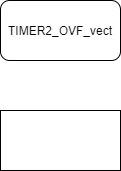
unaxlasa/Digital-electronics-2 keeps this draw.io diagram as Lab/06-lcd/Flowchart6.drawio.png. Above is the earlier version. Source tidied: cells renumbered, new cells last; positions are measured from the earlier drawing's top-left corner, leaving out a move shared by most shapes. Its diagram source:
```xml
<mxGraphModel>
  <root>
    <mxCell id="0" />
    <mxCell id="1" parent="0" />
    <mxCell id="2" value="TIMER2_OVF_vect" style="rounded=1;whiteSpace=wrap;html=1;" parent="1" vertex="1">
      <mxGeometry width="120" height="60" as="geometry" />
    </mxCell>
    <mxCell id="3" style="rounded=0;whiteSpace=wrap;html=1;" parent="1" vertex="1">
      <mxGeometry y="110" width="120" height="60" as="geometry" />
    </mxCell>
  </root>
</mxGraphModel>
```
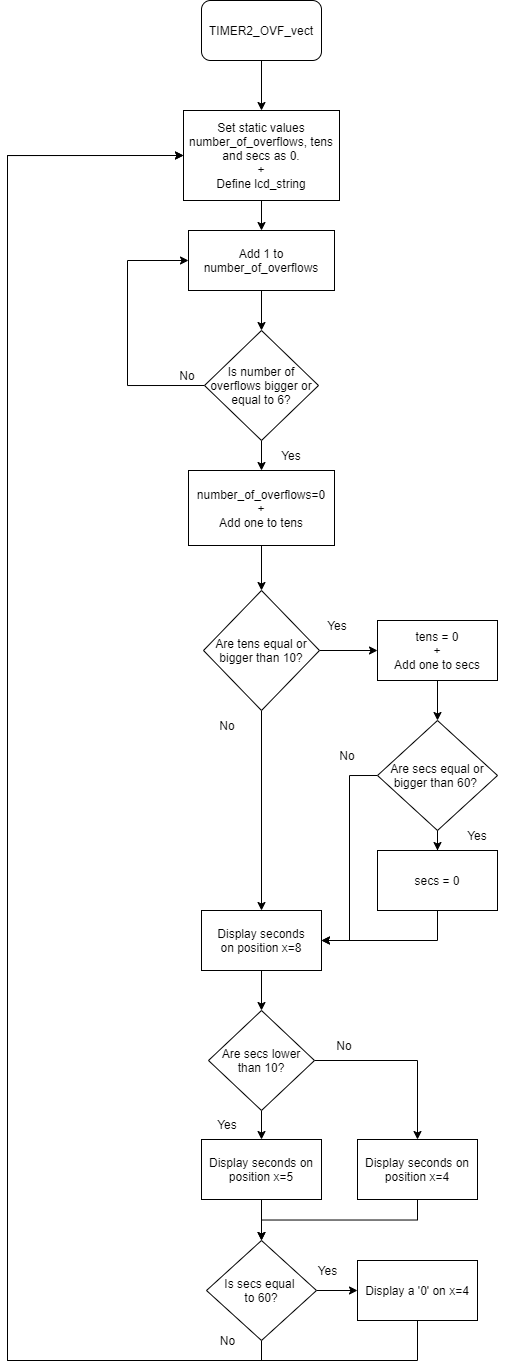
After the commit.

What changed in the source:
```diff
@@ -2,11 +2,157 @@
   <root>
     <mxCell id="0" />
     <mxCell id="1" parent="0" />
+    <mxCell id="4" style="edgeStyle=orthogonalEdgeStyle;rounded=0;jettySize=auto;html=1;" parent="1" edge="1" source="2" target="3">
+      <mxGeometry relative="1" as="geometry" />
+    </mxCell>
     <mxCell id="2" value="TIMER2_OVF_vect" style="rounded=1;whiteSpace=wrap;html=1;" parent="1" vertex="1">
       <mxGeometry width="120" height="60" as="geometry" />
     </mxCell>
+    <mxCell id="5" style="edgeStyle=orthogonalEdgeStyle;rounded=0;jettySize=auto;html=1;" parent="1" edge="1" source="3" target="7">
+      <mxGeometry relative="1" as="geometry" />
+    </mxCell>
-    <mxCell id="3" style="rounded=0;whiteSpace=wrap;html=1;" parent="1" vertex="1">
-      <mxGeometry y="110" width="120" height="60" as="geometry" />
+    <mxCell id="3" value="Set static values number_of_overflows, tens and secs as 0.&lt;br&gt;+&lt;br&gt;Define lcd_string" style="rounded=0;whiteSpace=wrap;html=1;" parent="1" vertex="1">
+      <mxGeometry x="-18" y="110" width="156" height="90" as="geometry" />
     </mxCell>
+    <mxCell id="6" style="edgeStyle=orthogonalEdgeStyle;rounded=0;jettySize=auto;html=1;" parent="1" edge="1" source="7" target="10">
+      <mxGeometry relative="1" as="geometry" />
+    </mxCell>
+    <mxCell id="7" value="Add 1 to number_of_overflows" style="rounded=0;whiteSpace=wrap;html=1;" parent="1" vertex="1">
+      <mxGeometry x="-13" y="230" width="146" height="60" as="geometry" />
+    </mxCell>
+    <mxCell id="8" style="edgeStyle=orthogonalEdgeStyle;rounded=0;jettySize=auto;html=1;exitX=0;exitY=0.5;exitDx=0;exitDy=0;entryX=0;entryY=0.5;entryDx=0;entryDy=0;" parent="1" edge="1" source="10" target="7">
+      <mxGeometry relative="1" as="geometry">
+        <Array as="points">
+          <mxPoint x="-74" y="385" />
+          <mxPoint x="-74" y="260" />
+        </Array>
+      </mxGeometry>
+    </mxCell>
+    <mxCell id="9" style="edgeStyle=orthogonalEdgeStyle;rounded=0;jettySize=auto;html=1;" parent="1" edge="1" source="10" target="13">
+      <mxGeometry relative="1" as="geometry" />
+    </mxCell>
+    <mxCell id="10" value="Is number of overflows bigger or equal to 6?" style="rhombus;whiteSpace=wrap;html=1;" parent="1" vertex="1">
+      <mxGeometry x="3" y="330" width="114" height="110" as="geometry" />
+    </mxCell>
+    <mxCell id="11" value="No" style="text;html=1;strokeColor=none;fillColor=none;align=center;verticalAlign=middle;whiteSpace=wrap;rounded=0;" parent="1" vertex="1">
+      <mxGeometry x="-44" y="360" width="60" height="30" as="geometry" />
+    </mxCell>
+    <mxCell id="12" style="edgeStyle=orthogonalEdgeStyle;rounded=0;jettySize=auto;html=1;" parent="1" edge="1" source="13" target="17">
+      <mxGeometry relative="1" as="geometry" />
+    </mxCell>
+    <mxCell id="13" value="number_of_overflows=0&lt;br&gt;+&lt;br&gt;Add one to tens" style="rounded=0;whiteSpace=wrap;html=1;" parent="1" vertex="1">
+      <mxGeometry x="-13" y="470" width="146" height="75" as="geometry" />
+    </mxCell>
+    <mxCell id="14" value="Yes" style="text;html=1;strokeColor=none;fillColor=none;align=center;verticalAlign=middle;whiteSpace=wrap;rounded=0;" parent="1" vertex="1">
+      <mxGeometry x="60" y="440" width="60" height="30" as="geometry" />
+    </mxCell>
+    <mxCell id="15" style="edgeStyle=orthogonalEdgeStyle;rounded=0;jettySize=auto;html=1;" parent="1" edge="1" source="17" target="19">
+      <mxGeometry relative="1" as="geometry" />
+    </mxCell>
+    <mxCell id="16" style="edgeStyle=orthogonalEdgeStyle;rounded=0;jettySize=auto;html=1;" parent="1" edge="1" source="17" target="21">
+      <mxGeometry relative="1" as="geometry" />
+    </mxCell>
+    <mxCell id="17" value="Are tens equal or bigger than 10?" style="rhombus;whiteSpace=wrap;html=1;" parent="1" vertex="1">
+      <mxGeometry x="2" y="590" width="116" height="120" as="geometry" />
+    </mxCell>
+    <mxCell id="18" style="edgeStyle=orthogonalEdgeStyle;rounded=0;jettySize=auto;html=1;" parent="1" edge="1" source="19" target="26">
+      <mxGeometry relative="1" as="geometry" />
+    </mxCell>
+    <mxCell id="19" value="tens = 0&lt;br&gt;+&lt;br&gt;Add one to secs" style="rounded=0;whiteSpace=wrap;html=1;" parent="1" vertex="1">
+      <mxGeometry x="176" y="620" width="120" height="60" as="geometry" />
+    </mxCell>
+    <mxCell id="20" style="edgeStyle=orthogonalEdgeStyle;rounded=0;jettySize=auto;html=1;" parent="1" edge="1" source="21" target="33">
+      <mxGeometry relative="1" as="geometry" />
+    </mxCell>
+    <mxCell id="21" value="Display seconds&lt;br&gt;on position x=8" style="rounded=0;whiteSpace=wrap;html=1;" parent="1" vertex="1">
+      <mxGeometry y="910" width="120" height="60" as="geometry" />
+    </mxCell>
+    <mxCell id="22" value="Yes" style="text;html=1;strokeColor=none;fillColor=none;align=center;verticalAlign=middle;whiteSpace=wrap;rounded=0;" parent="1" vertex="1">
+      <mxGeometry x="106" y="610" width="60" height="30" as="geometry" />
+    </mxCell>
+    <mxCell id="23" value="No" style="text;html=1;strokeColor=none;fillColor=none;align=center;verticalAlign=middle;whiteSpace=wrap;rounded=0;" parent="1" vertex="1">
+      <mxGeometry x="-4" y="710" width="60" height="30" as="geometry" />
+    </mxCell>
+    <mxCell id="24" style="edgeStyle=orthogonalEdgeStyle;rounded=0;jettySize=auto;html=1;exitX=0;exitY=0.5;exitDx=0;exitDy=0;entryX=1;entryY=0.5;entryDx=0;entryDy=0;" parent="1" edge="1" source="26" target="21">
+      <mxGeometry relative="1" as="geometry" />
+    </mxCell>
+    <mxCell id="25" style="edgeStyle=orthogonalEdgeStyle;rounded=0;jettySize=auto;html=1;" parent="1" edge="1" source="26" target="29">
+      <mxGeometry relative="1" as="geometry" />
+    </mxCell>
+    <mxCell id="26" value="Are secs equal or bigger than 60?&amp;nbsp;" style="rhombus;whiteSpace=wrap;html=1;" parent="1" vertex="1">
+      <mxGeometry x="176" y="720" width="120" height="110" as="geometry" />
+    </mxCell>
+    <mxCell id="27" value="No" style="text;html=1;strokeColor=none;fillColor=none;align=center;verticalAlign=middle;whiteSpace=wrap;rounded=0;" parent="1" vertex="1">
+      <mxGeometry x="116" y="740" width="60" height="30" as="geometry" />
+    </mxCell>
+    <mxCell id="28" style="edgeStyle=orthogonalEdgeStyle;rounded=0;jettySize=auto;html=1;exitX=0.5;exitY=1;exitDx=0;exitDy=0;entryX=1;entryY=0.5;entryDx=0;entryDy=0;" parent="1" edge="1" source="29" target="21">
+      <mxGeometry relative="1" as="geometry" />
+    </mxCell>
+    <mxCell id="29" value="secs = 0" style="rounded=0;whiteSpace=wrap;html=1;" parent="1" vertex="1">
+      <mxGeometry x="176" y="850" width="120" height="60" as="geometry" />
+    </mxCell>
+    <mxCell id="30" value="Yes" style="text;html=1;strokeColor=none;fillColor=none;align=center;verticalAlign=middle;whiteSpace=wrap;rounded=0;" parent="1" vertex="1">
+      <mxGeometry x="246" y="820" width="60" height="30" as="geometry" />
+    </mxCell>
+    <mxCell id="31" style="edgeStyle=orthogonalEdgeStyle;rounded=0;jettySize=auto;html=1;" parent="1" edge="1" source="33" target="35">
+      <mxGeometry relative="1" as="geometry" />
+    </mxCell>
+    <mxCell id="32" style="edgeStyle=orthogonalEdgeStyle;rounded=0;jettySize=auto;html=1;exitX=1;exitY=0.5;exitDx=0;exitDy=0;" parent="1" edge="1" source="33" target="37">
+      <mxGeometry relative="1" as="geometry" />
+    </mxCell>
+    <mxCell id="33" value="Are secs lower than 10?" style="rhombus;whiteSpace=wrap;html=1;" parent="1" vertex="1">
+      <mxGeometry x="7" y="1010" width="106" height="100" as="geometry" />
+    </mxCell>
+    <mxCell id="34" style="edgeStyle=orthogonalEdgeStyle;rounded=0;jettySize=auto;html=1;" parent="1" edge="1" source="35" target="42">
+      <mxGeometry relative="1" as="geometry" />
+    </mxCell>
+    <mxCell id="35" value="Display seconds on position x=5" style="rounded=0;whiteSpace=wrap;html=1;" parent="1" vertex="1">
+      <mxGeometry y="1139" width="120" height="60" as="geometry" />
+    </mxCell>
+    <mxCell id="36" style="edgeStyle=orthogonalEdgeStyle;rounded=0;jettySize=auto;html=1;exitX=0.5;exitY=1;exitDx=0;exitDy=0;entryX=0.5;entryY=0;entryDx=0;entryDy=0;" parent="1" edge="1" source="37" target="42">
+      <mxGeometry relative="1" as="geometry" />
+    </mxCell>
+    <mxCell id="37" value="&lt;span&gt;Display seconds on position x=4&lt;/span&gt;" style="rounded=0;whiteSpace=wrap;html=1;" parent="1" vertex="1">
+      <mxGeometry x="156" y="1139" width="120" height="60" as="geometry" />
+    </mxCell>
+    <mxCell id="38" value="Yes" style="text;html=1;strokeColor=none;fillColor=none;align=center;verticalAlign=middle;whiteSpace=wrap;rounded=0;" parent="1" vertex="1">
+      <mxGeometry x="-4" y="1109" width="60" height="30" as="geometry" />
+    </mxCell>
+    <mxCell id="39" value="No" style="text;html=1;strokeColor=none;fillColor=none;align=center;verticalAlign=middle;whiteSpace=wrap;rounded=0;" parent="1" vertex="1">
+      <mxGeometry x="113" y="1030" width="60" height="30" as="geometry" />
+    </mxCell>
+    <mxCell id="40" style="edgeStyle=orthogonalEdgeStyle;rounded=0;jettySize=auto;html=1;" parent="1" edge="1" source="42" target="44">
+      <mxGeometry relative="1" as="geometry" />
+    </mxCell>
+    <mxCell id="41" style="edgeStyle=orthogonalEdgeStyle;rounded=0;jettySize=auto;html=1;exitX=0.5;exitY=1;exitDx=0;exitDy=0;entryX=0;entryY=0.5;entryDx=0;entryDy=0;" parent="1" edge="1" source="42" target="3">
+      <mxGeometry relative="1" as="geometry">
+        <Array as="points">
+          <mxPoint x="60" y="1360" />
+          <mxPoint x="-194" y="1360" />
+          <mxPoint x="-194" y="155" />
+        </Array>
+      </mxGeometry>
+    </mxCell>
+    <mxCell id="42" value="Is secs equal &lt;br&gt;to 60?" style="rhombus;whiteSpace=wrap;html=1;" parent="1" vertex="1">
+      <mxGeometry x="5" y="1240" width="110" height="100" as="geometry" />
+    </mxCell>
+    <mxCell id="43" style="edgeStyle=orthogonalEdgeStyle;rounded=0;jettySize=auto;html=1;exitX=0.5;exitY=1;exitDx=0;exitDy=0;entryX=0;entryY=0.5;entryDx=0;entryDy=0;" parent="1" edge="1" source="44" target="3">
+      <mxGeometry relative="1" as="geometry">
+        <Array as="points">
+          <mxPoint x="216" y="1360" />
+          <mxPoint x="-194" y="1360" />
+          <mxPoint x="-194" y="155" />
+        </Array>
+      </mxGeometry>
+    </mxCell>
+    <mxCell id="44" value="Display a '0' on x=4" style="rounded=0;whiteSpace=wrap;html=1;" parent="1" vertex="1">
+      <mxGeometry x="156" y="1260" width="120" height="60" as="geometry" />
+    </mxCell>
+    <mxCell id="45" value="Yes" style="text;html=1;align=center;verticalAlign=middle;strokeColor=none;fillColor=none;" parent="1" vertex="1">
+      <mxGeometry x="106" y="1260" width="40" height="20" as="geometry" />
+    </mxCell>
+    <mxCell id="46" value="No" style="text;html=1;align=center;verticalAlign=middle;strokeColor=none;fillColor=none;" parent="1" vertex="1">
+      <mxGeometry x="11" y="1330" width="30" height="20" as="geometry" />
+    </mxCell>
   </root>
 </mxGraphModel>
```
